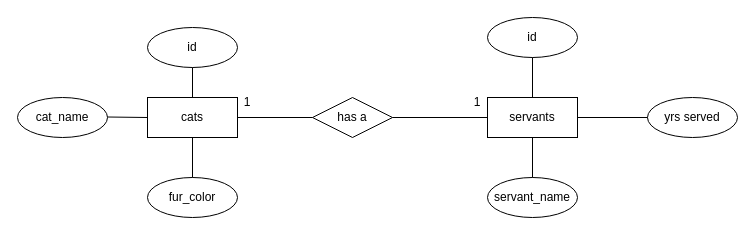
Above: kardinalitaet_1_1/01_1-1.drawio in SamsonXL/02_DB_models (draw.io), before the change. Source tidied: cells renumbered, new cells numbered last; positions are measured from the earlier drawing's top-left corner, leaving out a move shared by most shapes. Both pictures are drawn from the tidied source at 100%, with x=0, y=0 at pixel (17, 17).
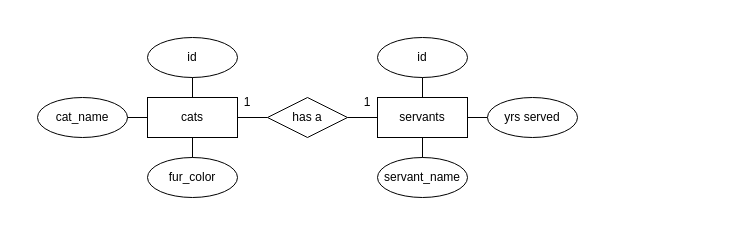
After the change.

Unchanged cells that the change refers to:
```xml
<mxCell id="2" value="cats" style="rounded=0;whiteSpace=wrap;html=1;" parent="1" vertex="1">
  <mxGeometry x="130" y="80" width="90" height="40" as="geometry" />
</mxCell>
```

Diff of the diagram source:
```diff
@@
     <mxCell id="3" value="cat_name" style="ellipse;whiteSpace=wrap;html=1;" parent="1" vertex="1">
-      <mxGeometry y="80" width="90" height="40" as="geometry" />
+      <mxGeometry x="20" y="80" width="90" height="40" as="geometry" />
     </mxCell>
     <mxCell id="4" value="id" style="ellipse;whiteSpace=wrap;html=1;" parent="1" vertex="1">
-      <mxGeometry x="130" y="10" width="90" height="40" as="geometry" />
+      <mxGeometry x="130" y="20" width="90" height="40" as="geometry" />
     </mxCell>
     <mxCell id="5" value="fur_color" style="ellipse;whiteSpace=wrap;html=1;" parent="1" vertex="1">
-      <mxGeometry x="130" y="160" width="90" height="40" as="geometry" />
+      <mxGeometry x="130" y="140" width="90" height="40" as="geometry" />
     </mxCell>
     <mxCell id="6" value="has a" style="rhombus;whiteSpace=wrap;html=1;" parent="1" vertex="1">
-      <mxGeometry x="295" y="80" width="80" height="40" as="geometry" />
+      <mxGeometry x="250" y="80" width="80" height="40" as="geometry" />
     </mxCell>
     <mxCell id="7" value="servants" style="rounded=0;whiteSpace=wrap;html=1;" parent="1" vertex="1">
-      <mxGeometry x="470" y="80" width="90" height="40" as="geometry" />
+      <mxGeometry x="360" y="80" width="90" height="40" as="geometry" />
     </mxCell>
     <mxCell id="8" value="id" style="ellipse;whiteSpace=wrap;html=1;" parent="1" vertex="1">
-      <mxGeometry x="470" width="90" height="40" as="geometry" />
+      <mxGeometry x="360" y="20" width="90" height="40" as="geometry" />
     </mxCell>
-    <mxCell id="9" value="yrs served" style="ellipse;whiteSpace=wrap;html=1;" parent="1" vertex="1">
-      <mxGeometry x="630" y="80" width="90" height="40" as="geometry" />
-    </mxCell>
     <mxCell id="10" value="servant_name" style="ellipse;whiteSpace=wrap;html=1;" parent="1" vertex="1">
-      <mxGeometry x="470" y="160" width="90" height="40" as="geometry" />
+      <mxGeometry x="360" y="140" width="90" height="40" as="geometry" />
     </mxCell>
@@
-    <mxCell id="13" style="endArrow=none;html=1;entryX=0;entryY=0.5;entryDx=0;entryDy=0;exitX=1;exitY=0.5;exitDx=0;exitDy=0;" parent="1" edge="1" source="7">
-      <mxGeometry relative="1" as="geometry">
-        <mxPoint x="630" y="100" as="targetPoint" />
-      </mxGeometry>
-    </mxCell>
-    <mxCell id="14" style="endArrow=none;html=1;entryX=0;entryY=0.5;entryDx=0;entryDy=0;" parent="1" edge="1" target="2">
-      <mxGeometry relative="1" as="geometry">
-        <mxPoint x="90" y="99.5" as="sourcePoint" />
-      </mxGeometry>
-    </mxCell>
@@
     <mxCell id="20" value="1" style="text;html=1;align=center;verticalAlign=middle;whiteSpace=wrap;rounded=0;" parent="1" vertex="1">
-      <mxGeometry x="430" y="70" width="60" height="30" as="geometry" />
+      <mxGeometry x="320" y="70" width="60" height="30" as="geometry" />
     </mxCell>
+    <mxCell id="21" style="endArrow=none;html=1;entryX=0;entryY=0.5;entryDx=0;entryDy=0;exitX=1;exitY=0.5;exitDx=0;exitDy=0;" parent="1" edge="1" source="7" target="9">
+      <mxGeometry relative="1" as="geometry" />
+    </mxCell>
+    <mxCell id="9" value="yrs served" style="ellipse;whiteSpace=wrap;html=1;" parent="1" vertex="1">
+      <mxGeometry x="470" y="80" width="90" height="40" as="geometry" />
+    </mxCell>
+    <mxCell id="22" style="endArrow=none;html=1;entryX=0;entryY=0.5;entryDx=0;entryDy=0;exitX=1;exitY=0.5;exitDx=0;exitDy=0;" parent="1" edge="1" source="3" target="2">
+      <mxGeometry relative="1" as="geometry" />
+    </mxCell>
```
